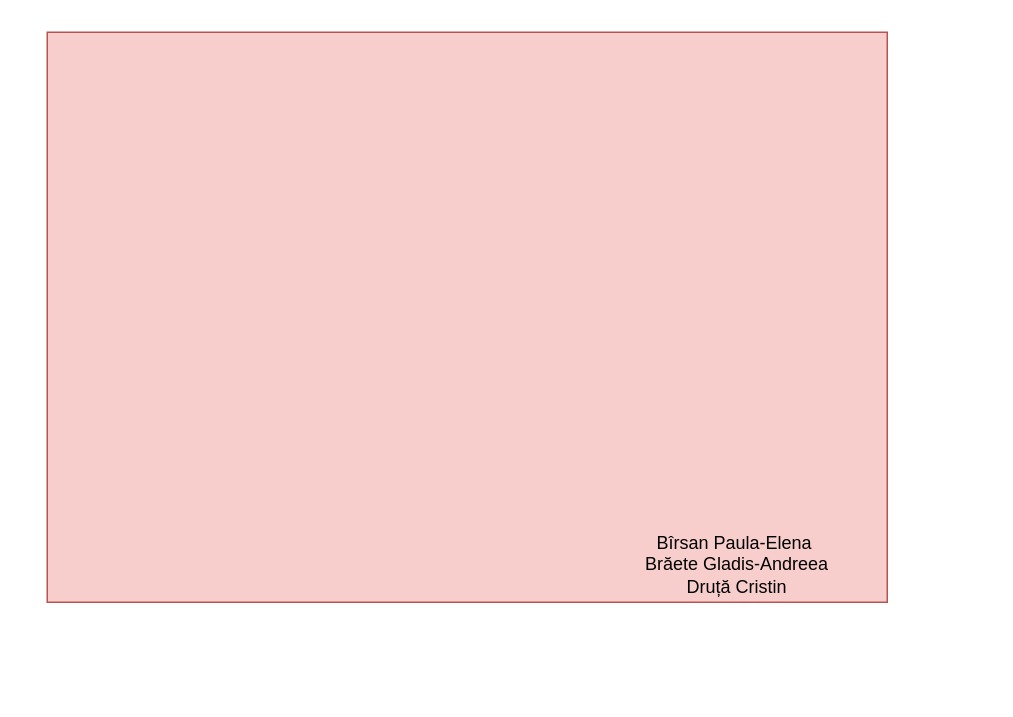
Earlier version of the draw.io diagram Proiect.drawio (gladisBraete/proiectEconometrie). Source tidied: cells renumbered, new cells numbered last; positions are measured from the earlier drawing's top-left corner, leaving out a move shared by most shapes. Both pictures are drawn from the tidied source at 150%, with x=0, y=0 at pixel (46, 32).
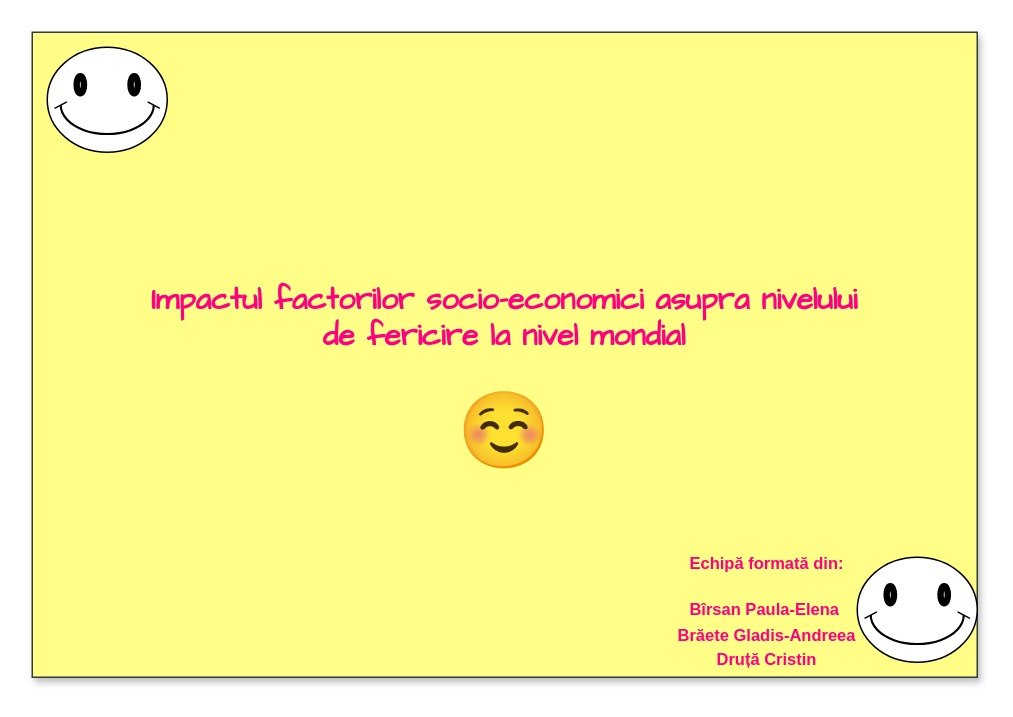
The same diagram, later.

What changed in the source:
```diff
@@
 <mxGraphModel>
   <root>
     <mxCell id="0" />
     <mxCell id="1" parent="0" />
-    <mxCell id="2" style="rounded=0;whiteSpace=wrap;html=1;fillColor=#f8cecc;strokeColor=#b85450;" parent="1" vertex="1">
-      <mxGeometry width="560" height="380" as="geometry" />
+    <mxCell id="2" style="rounded=0;whiteSpace=wrap;html=1;fillColor=#ffff88;strokeColor=#36393d;shadow=1;" parent="1" vertex="1">
+      <mxGeometry x="-10" width="630" height="430" as="geometry" />
     </mxCell>
+    <mxCell id="4" style="verticalLabelPosition=bottom;verticalAlign=top;html=1;shape=mxgraph.basic.smiley;" parent="1" vertex="1">
+      <mxGeometry x="540" y="350" width="80" height="70" as="geometry" />
+    </mxCell>
-    <mxCell id="3" value="Bîrsan Paula-Elena&amp;nbsp;&lt;div&gt;Brăete Gladis-Andreea&lt;/div&gt;&lt;div&gt;Druță Cristin&lt;/div&gt;" style="text;html=1;align=center;verticalAlign=middle;whiteSpace=wrap;rounded=0;" parent="1" vertex="1">
-      <mxGeometry x="350" y="340" width="220" height="30" as="geometry" />
+    <mxCell id="3" value="&lt;h3&gt;&lt;font style=&quot;font-size: 11px;&quot; color=&quot;#ff0080&quot;&gt;Echipă formată din:&lt;/font&gt;&lt;/h3&gt;&lt;h3&gt;&lt;font style=&quot;font-size: 11px;&quot; color=&quot;#ff0080&quot;&gt;Bîrsan Paula-Elena&amp;nbsp;&lt;br&gt;Brăete Gladis-Andreea&lt;br&gt;Druță Cristin&lt;/font&gt;&lt;/h3&gt;" style="text;html=1;align=center;verticalAlign=middle;whiteSpace=wrap;rounded=0;" parent="1" vertex="1">
+      <mxGeometry x="370" y="370" width="220" height="30" as="geometry" />
     </mxCell>
+    <mxCell id="5" style="verticalLabelPosition=bottom;verticalAlign=top;html=1;shape=mxgraph.basic.smiley;" parent="1" vertex="1">
+      <mxGeometry y="10" width="80" height="70" as="geometry" />
+    </mxCell>
+    <mxCell id="6" value="&lt;font face=&quot;Comic Sans MS&quot; color=&quot;#ff0080&quot; style=&quot;font-size: 20px;&quot;&gt;&lt;b&gt;Impactul factorilor socio-economici asupra nivelului de fericire la nivel mondial&lt;/b&gt;&lt;/font&gt;" style="text;html=1;align=center;verticalAlign=middle;whiteSpace=wrap;rounded=0;" parent="1" vertex="1">
+      <mxGeometry x="55" y="170" width="500" height="40" as="geometry" />
+    </mxCell>
+    <mxCell id="7" value="&lt;font style=&quot;font-size: 50px;&quot;&gt;☺️&lt;/font&gt;" style="text;html=1;align=center;verticalAlign=middle;whiteSpace=wrap;rounded=0;" parent="1" vertex="1">
+      <mxGeometry x="275" y="250" width="60" height="30" as="geometry" />
+    </mxCell>
   </root>
 </mxGraphModel>
```
